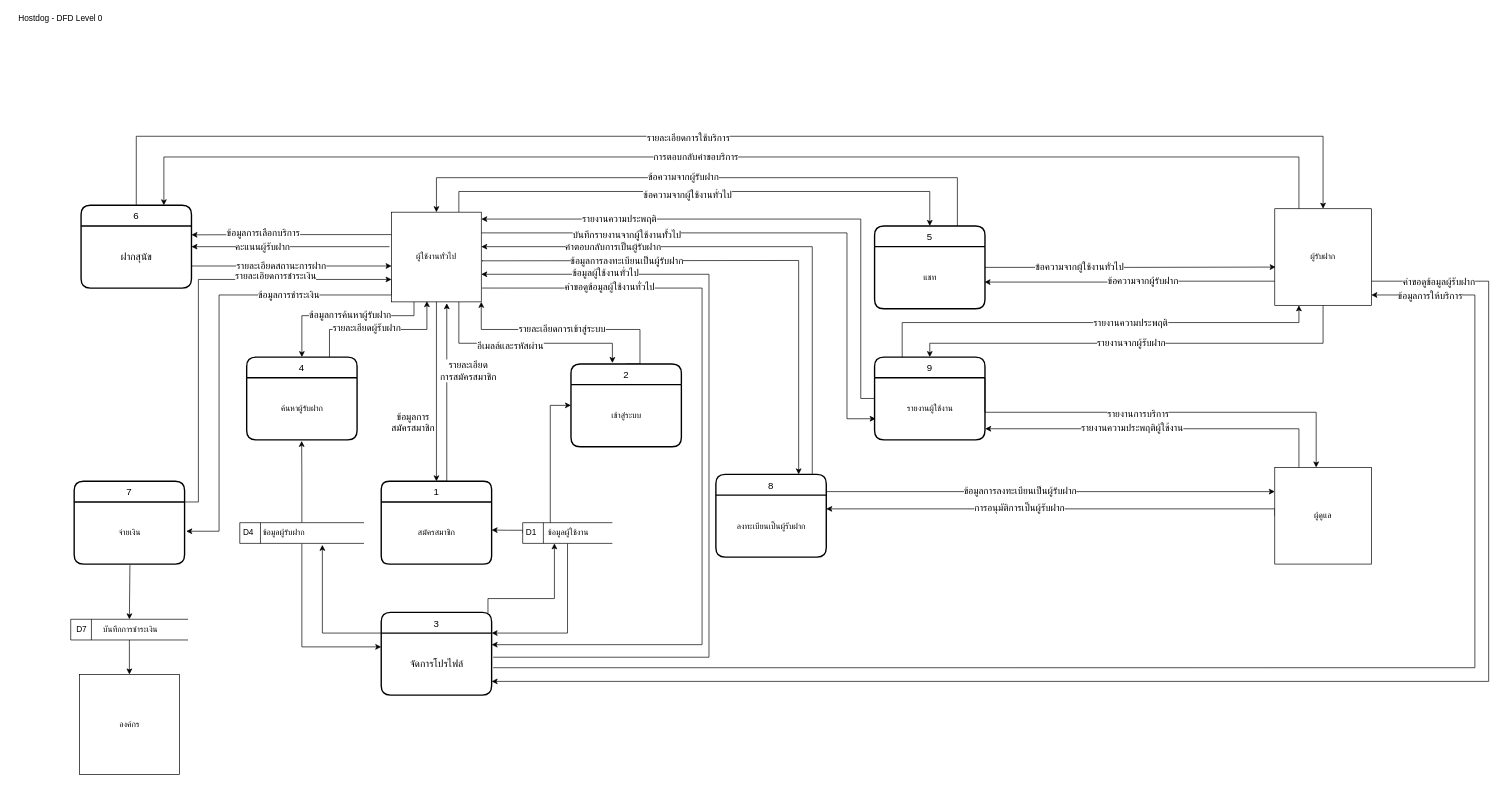
Earlier version of the draw.io diagram page "level0" (2 of 12) of ProjectProcesses/HostDog_5DFD/dfd.drawio (Hostdogs/Project_Hostdog). Source tidied: cells renumbered, new cells numbered last; positions are measured from the earlier drawing's top-left corner, leaving out a move shared by most shapes. Both pictures are drawn from the tidied source at 69%, with x=0, y=0 at pixel (12, 12).
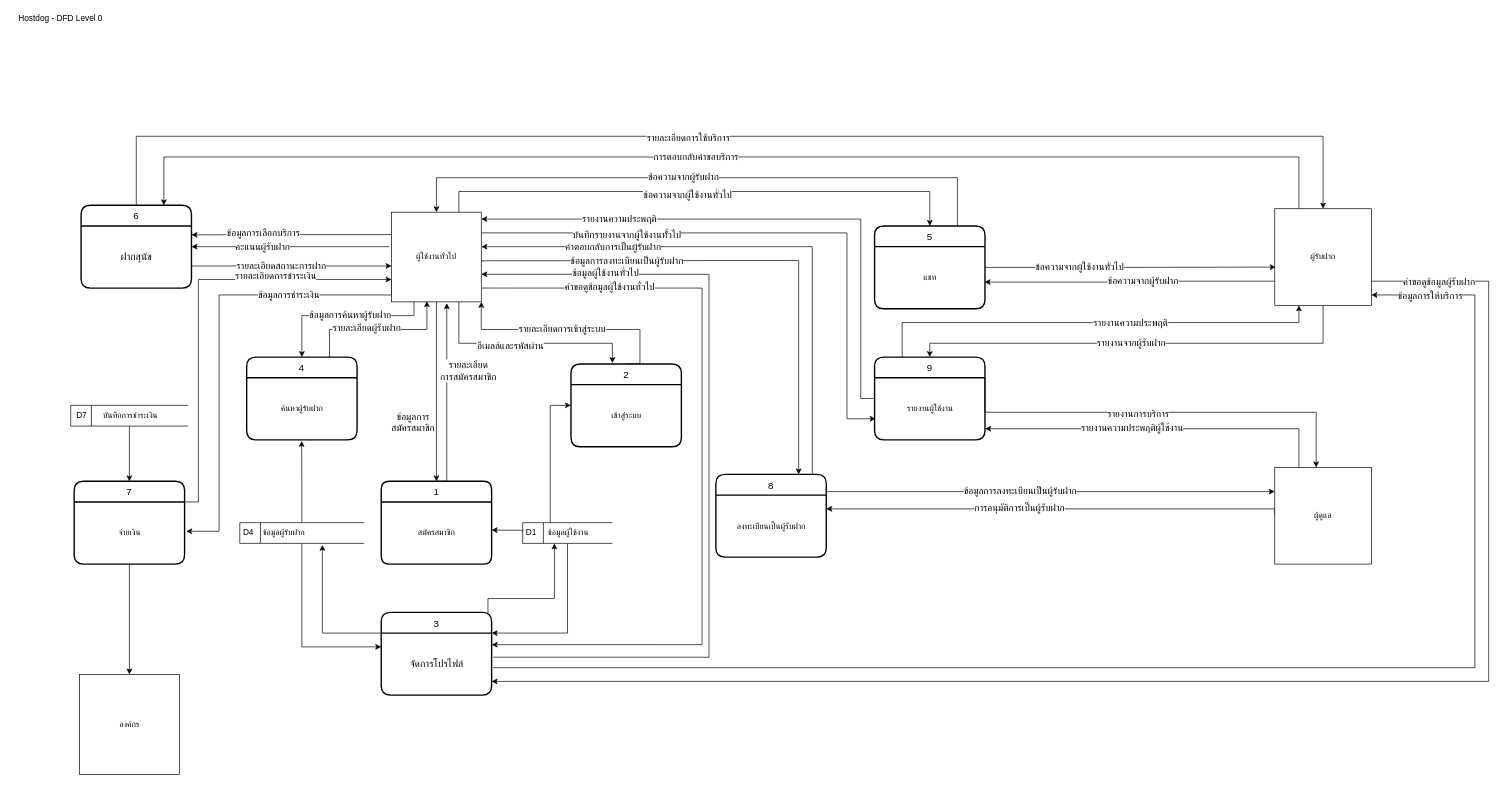
The same page after the edit.

The change refers to these unchanged cells:
```xml
<mxCell id="57" value="7" style="swimlane;horizontal=1;startSize=30;rounded=1;fontSize=14;fontStyle=0;strokeWidth=2;shadow=0;dashed=0;align=center;labelPosition=center;verticalLabelPosition=middle;verticalAlign=middle;" parent="1" vertex="1">
  <mxGeometry x="90" y="680" width="160" height="120" as="geometry" />
</mxCell>
<mxCell id="58" value="จ่ายเงิน" style="text;html=1;align=center;verticalAlign=middle;points=[];" parent="57" vertex="1">
  <mxGeometry y="30" width="160" height="90" as="geometry" />
</mxCell>
<mxCell id="87" value="องค์กร" style="whiteSpace=wrap;html=1;align=center;" parent="1" vertex="1">
  <mxGeometry x="97.5" y="960" width="145" height="145" as="geometry" />
</mxCell>
```

Change to the diagram source:
```diff
@@
-    <mxCell id="88" style="edgeStyle=orthogonalEdgeStyle;rounded=0;jettySize=auto;html=1;exitX=0.5;exitY=1;exitDx=0;exitDy=0;entryX=0.5;entryY=0;entryDx=0;entryDy=0;fontSize=14;" parent="1" edge="1" source="89" target="87">
-      <mxGeometry relative="1" as="geometry" />
-    </mxCell>
-    <mxCell id="89" value="&amp;nbsp;D7&amp;nbsp; &amp;nbsp; &amp;nbsp; &amp;nbsp;บันทึกการชำระเงิน" style="html=1;dashed=0;whitespace=wrap;shape=mxgraph.dfd.dataStoreID;align=left;spacingLeft=3;points=[[0,0],[0.5,0],[1,0],[0,0.5],[1,0.5],[0,1],[0.5,1],[1,1]];" parent="1" vertex="1">
-      <mxGeometry x="85" y="880" width="170" height="30" as="geometry" />
-    </mxCell>
-    <mxCell id="90" style="endArrow=classic;html=1;fontSize=14;exitX=0.505;exitY=1.017;exitDx=0;exitDy=0;exitPerimeter=0;entryX=0.5;entryY=0;entryDx=0;entryDy=0;" parent="1" edge="1" source="58" target="89">
-      <mxGeometry relative="1" as="geometry" />
-    </mxCell>
@@
+    <mxCell id="99" style="edgeStyle=orthogonalEdgeStyle;rounded=0;jettySize=auto;html=1;exitX=0.5;exitY=1;exitDx=0;exitDy=0;entryX=0.5;entryY=0;entryDx=0;entryDy=0;" parent="1" edge="1" source="89" target="57">
+      <mxGeometry relative="1" as="geometry" />
+    </mxCell>
+    <mxCell id="89" value="&amp;nbsp;D7&amp;nbsp; &amp;nbsp; &amp;nbsp; &amp;nbsp;บันทึกการชำระเงิน" style="html=1;dashed=0;whitespace=wrap;shape=mxgraph.dfd.dataStoreID;align=left;spacingLeft=3;points=[[0,0],[0.5,0],[1,0],[0,0.5],[1,0.5],[0,1],[0.5,1],[1,1]];" parent="1" vertex="1">
+      <mxGeometry x="85" y="570" width="170" height="30" as="geometry" />
+    </mxCell>
+    <mxCell id="100" style="edgeStyle=orthogonalEdgeStyle;rounded=0;jettySize=auto;html=1;entryX=0.5;entryY=0;entryDx=0;entryDy=0;" parent="1" edge="1" source="58" target="87">
+      <mxGeometry relative="1" as="geometry" />
+    </mxCell>
```
